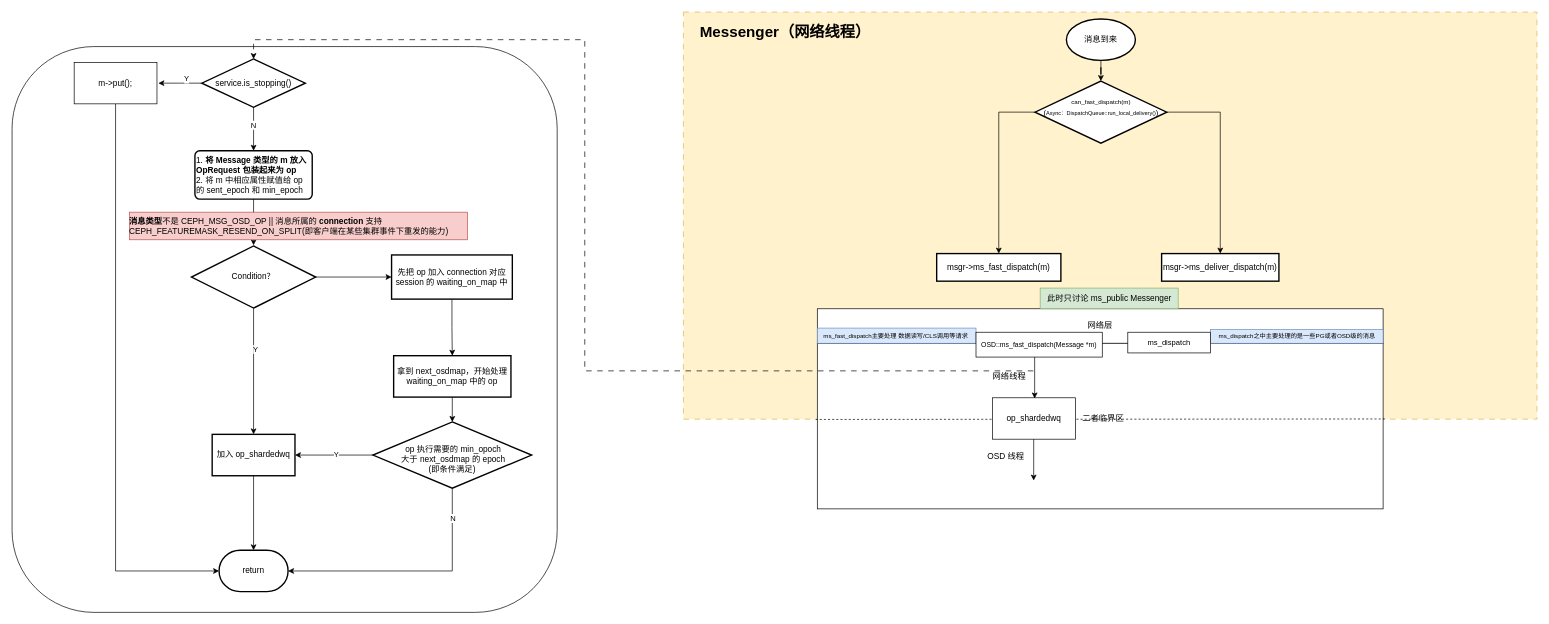
Earlier version of the draw.io diagram OSD.drawio (1253757553/drawIO). Source tidied: cells renumbered, new cells numbered last; positions are measured from the earlier drawing's top-left corner, leaving out a move shared by most shapes. Both pictures are drawn from the tidied source at 69%, with x=0, y=0 at pixel (12, 12).
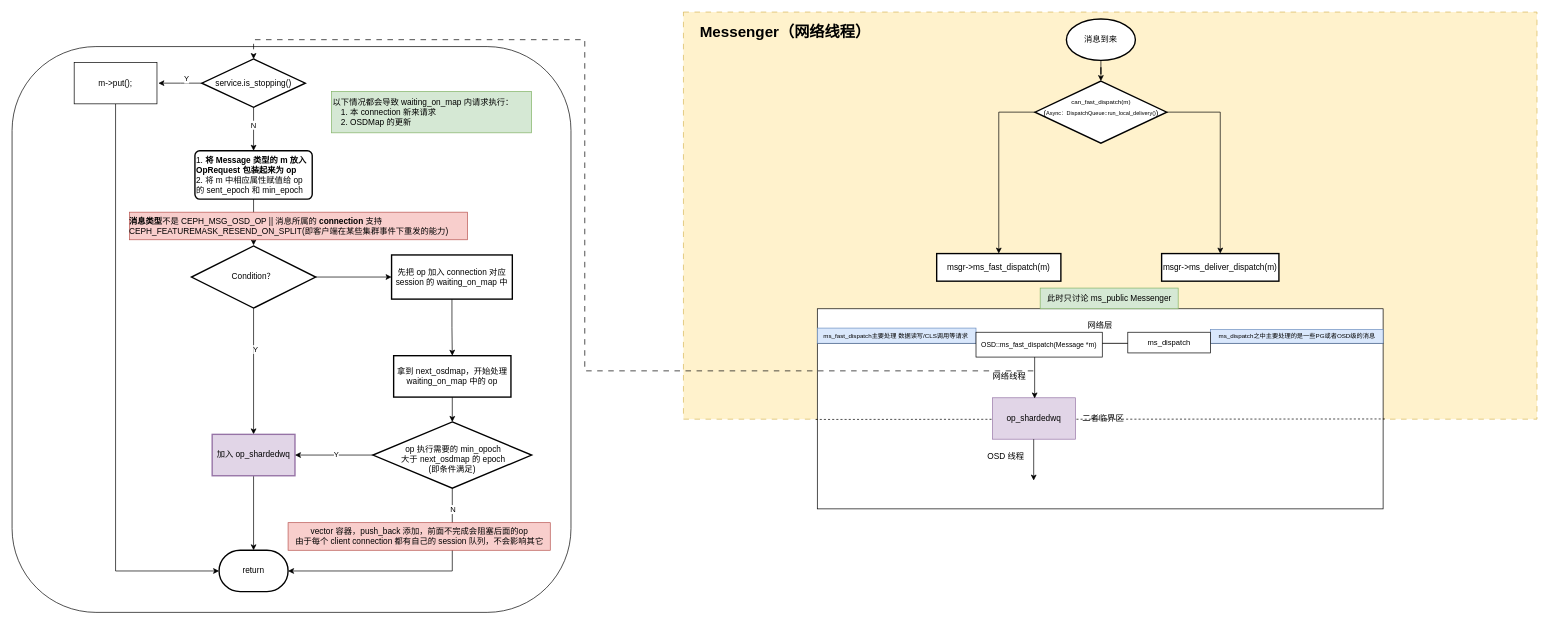
The same diagram, later.

The change refers to these unchanged cells:
```xml
<mxCell id="50" style="edgeStyle=orthogonalEdgeStyle;rounded=0;jettySize=auto;html=1;entryX=1;entryY=0.5;entryDx=0;entryDy=0;entryPerimeter=0;" parent="1" edge="1" source="47" target="49">
  <mxGeometry relative="1" as="geometry">
    <Array as="points">
      <mxPoint x="638" y="810" />
    </Array>
  </mxGeometry>
</mxCell>
```

What changed in the source:
```diff
@@
     <mxCell id="2" style="rounded=1;whiteSpace=wrap;html=1;" parent="1" vertex="1">
-      <mxGeometry y="50" width="790" height="820" as="geometry" />
+      <mxGeometry y="50" width="810" height="820" as="geometry" />
     </mxCell>
@@
-    <mxCell id="15" value="op_shardedwq" style="rounded=0;whiteSpace=wrap;html=1;" parent="1" vertex="1">
+    <mxCell id="15" value="op_shardedwq" style="rounded=0;whiteSpace=wrap;html=1;fillColor=#e1d5e7;strokeColor=#9673a6;" parent="1" vertex="1">
       <mxGeometry x="1421" y="559" width="120" height="60" as="geometry" />
     </mxCell>
@@
-    <mxCell id="41" value="加入&amp;nbsp;op_shardedwq" style="whiteSpace=wrap;html=1;strokeWidth=2;" parent="1" vertex="1">
+    <mxCell id="41" value="加入&amp;nbsp;op_shardedwq" style="whiteSpace=wrap;html=1;strokeWidth=2;fillColor=#e1d5e7;strokeColor=#9673a6;" parent="1" vertex="1">
       <mxGeometry x="290" y="612" width="120" height="60" as="geometry" />
     </mxCell>
@@
     <mxCell id="51" value="N" style="edgeLabel;html=1;align=center;verticalAlign=middle;" parent="50" vertex="1">
-      <mxGeometry x="-0.76" relative="1" as="geometry" />
+      <mxGeometry x="-0.76" relative="1" as="geometry">
+        <mxPoint y="-13" as="offset" />
+      </mxGeometry>
     </mxCell>
@@
+    <mxCell id="54" value="vector 容器，push_back 添加，前面不完成会阻塞后面的op&lt;div&gt;由于每个 client connection 都有自己的 session 队列，不会影响其它&lt;/div&gt;" style="text;html=1;align=center;verticalAlign=middle;strokeColor=#b85450;fillColor=#f8cecc;" parent="1" vertex="1">
+      <mxGeometry x="400" y="740" width="380" height="40" as="geometry" />
+    </mxCell>
+    <mxCell id="55" value="以下情况都会导致 waiting_on_map 内请求执行：&lt;div style=&quot;padding-left: 12px;&quot;&gt;1. 本 connection 新来请求&lt;div&gt;2. OSDMap 的更新&lt;span style=&quot;background-color: initial;&quot;&gt;&amp;nbsp;&lt;/span&gt;&lt;/div&gt;&lt;/div&gt;" style="text;html=1;align=left;verticalAlign=middle;strokeColor=#82b366;fillColor=#d5e8d4;" parent="1" vertex="1">
+      <mxGeometry x="463" y="115" width="290" height="60" as="geometry" />
+    </mxCell>
```
